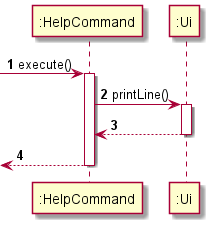
The PlantUML diagram docs/umlDiagrams/HelpSequence.png in uosjapuelks/tp, before a commit.
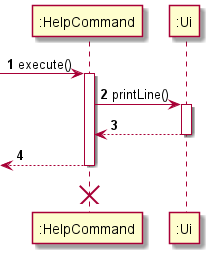
Later version of the same file.

Commit message:
Change sequence diagrams

What changed in the source:
```diff
@@ -1,16 +1,19 @@
 @startuml
+Participant ":HelpCommand" as HelpCommand
 
 autonumber
 
--> ":HelpCommand": execute()
-activate ":HelpCommand"
+-> HelpCommand: execute()
+activate HelpCommand
 
-    ":HelpCommand" -> ":Ui": printLine()
+    HelpCommand -> ":Ui": printLine()
     activate ":Ui"
-    ":HelpCommand" <-- ":Ui"
+    HelpCommand <-- ":Ui"
     deactivate ":Ui"
 
-    <-- ":HelpCommand"
-deactivate ":HelpCommand"
+    <-- HelpCommand
+deactivate  HelpCommand
+    <-[hidden]- HelpCommand
 
+destroy HelpCommand
 @enduml
```
